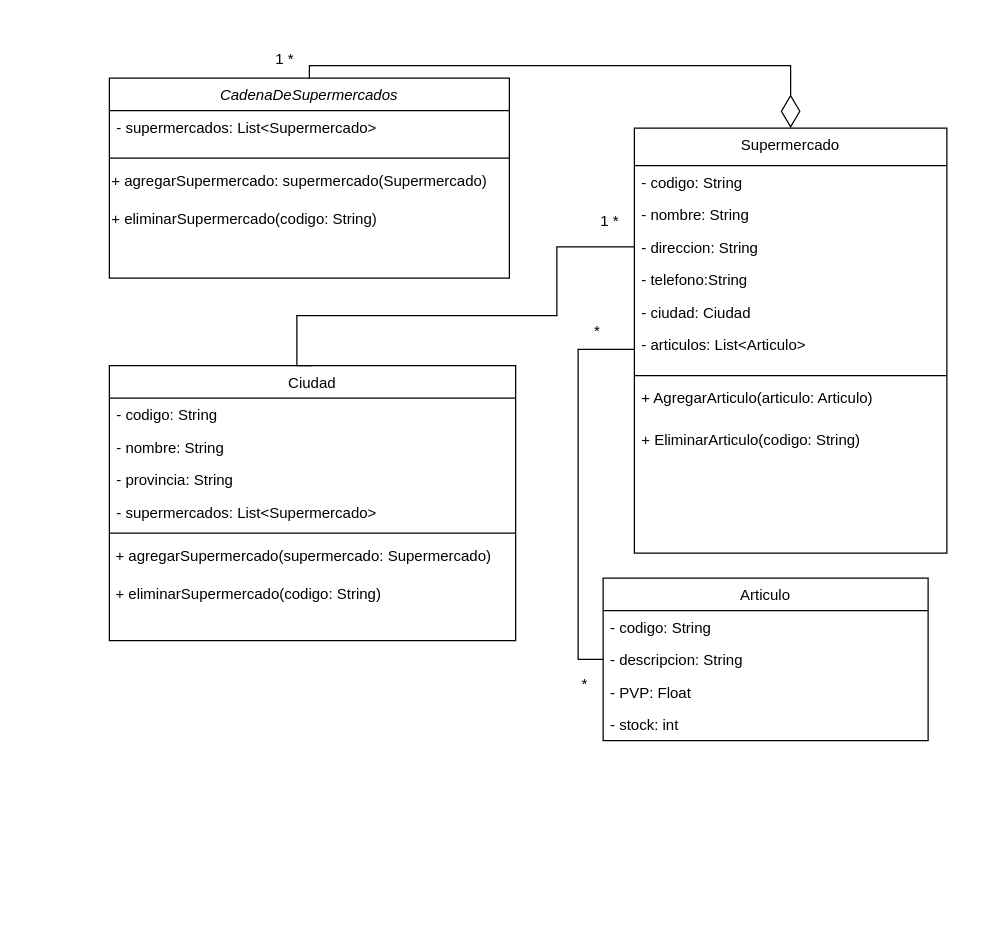
vitoriadelanachaves/uml_class_diagram keeps this draw.io diagram as cadena_de_supermercados_2.drawio. Above is the earlier version. Source tidied: cells renumbered, new cells numbered last; positions are measured from the earlier drawing's top-left corner, leaving out a move shared by most shapes. Both pictures are drawn from the tidied source at 125%, with x=0, y=0 at pixel (109, 40).
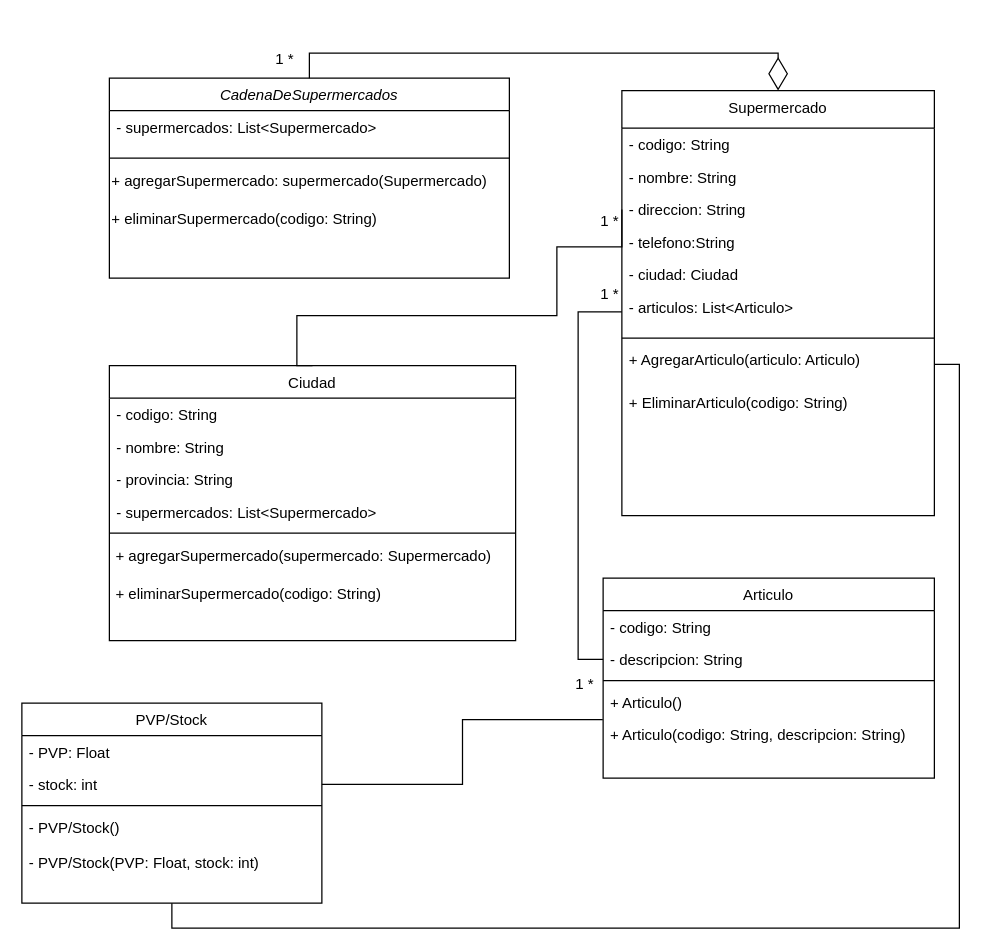
After the change.

The change refers to these unchanged cells:
```xml
<mxCell id="2" value="CadenaDeSupermercados" style="swimlane;fontStyle=2;align=center;verticalAlign=top;horizontal=1;startSize=26;rounded=0;shadow=0;strokeWidth=1;" parent="1" vertex="1">
  <mxGeometry y="30" width="320" height="160" as="geometry" />
</mxCell>
<mxCell id="23" value="+ AgregarArticulo(articulo: Articulo)" style="text;align=left;verticalAlign=top;spacingLeft=4;spacingRight=4;overflow=hidden;points=[[0,0.5],[1,0.5]];portConstraint=eastwest;" parent="15" vertex="1">
  <mxGeometry y="202" width="250" height="34" as="geometry" />
</mxCell>
```

The edit, as a diff of the source:
```diff
@@
     <mxCell id="15" value="Supermercado" style="swimlane;fontStyle=0;align=center;verticalAlign=top;horizontal=1;startSize=30;rounded=0;shadow=0;strokeWidth=1;" parent="1" vertex="1">
-      <mxGeometry x="420" y="70" width="250" height="340" as="geometry" />
+      <mxGeometry x="410" y="40" width="250" height="340" as="geometry" />
     </mxCell>
@@
     <mxCell id="27" value="Articulo" style="swimlane;fontStyle=0;align=center;verticalAlign=top;horizontal=1;startSize=26;rounded=0;shadow=0;strokeWidth=1;" parent="1" vertex="1">
-      <mxGeometry x="395" y="430" width="260" height="130" as="geometry" />
+      <mxGeometry x="395" y="430" width="265" height="160" as="geometry" />
     </mxCell>
     <mxCell id="28" value="- codigo: String" style="text;align=left;verticalAlign=top;spacingLeft=4;spacingRight=4;overflow=hidden;" parent="27" vertex="1">
-      <mxGeometry y="26" width="260" height="26" as="geometry" />
+      <mxGeometry y="26" width="265" height="26" as="geometry" />
     </mxCell>
     <mxCell id="29" value="- descripcion: String" style="text;align=left;verticalAlign=top;spacingLeft=4;spacingRight=4;overflow=hidden;points=[[0,0.5],[1,0.5]];portConstraint=eastwest;rounded=0;shadow=0;html=0;" parent="27" vertex="1">
-      <mxGeometry y="52" width="260" height="26" as="geometry" />
+      <mxGeometry y="52" width="265" height="26" as="geometry" />
     </mxCell>
+    <mxCell id="37" style="line;html=1;strokeWidth=1;align=left;verticalAlign=middle;spacingTop=-1;spacingLeft=3;spacingRight=3;labelPosition=right;" parent="27" vertex="1">
+      <mxGeometry y="78" width="265" height="8" as="geometry" />
+    </mxCell>
-    <mxCell id="30" value="- PVP: Float" style="text;align=left;verticalAlign=top;spacingLeft=4;spacingRight=4;overflow=hidden;points=[[0,0.5],[1,0.5]];portConstraint=eastwest;fontStyle=0;" parent="27" vertex="1">
-      <mxGeometry y="78" width="260" height="26" as="geometry" />
+    <mxCell id="30" value="+ Articulo()" style="text;align=left;verticalAlign=top;spacingLeft=4;spacingRight=4;overflow=hidden;points=[[0,0.5],[1,0.5]];portConstraint=eastwest;fontStyle=0;" parent="27" vertex="1">
+      <mxGeometry y="86" width="265" height="26" as="geometry" />
     </mxCell>
-    <mxCell id="31" value="- stock: int" style="text;align=left;verticalAlign=top;spacingLeft=4;spacingRight=4;overflow=hidden;" parent="27" vertex="1">
-      <mxGeometry y="104" width="260" height="26" as="geometry" />
+    <mxCell id="31" value="+ Articulo(codigo: String, descripcion: String)" style="text;align=left;verticalAlign=top;spacingLeft=4;spacingRight=4;overflow=hidden;" parent="27" vertex="1">
+      <mxGeometry y="112" width="265" height="48" as="geometry" />
     </mxCell>
     <mxCell id="32" style="endArrow=diamondThin;endFill=0;endSize=24;html=1;rounded=0;entryX=0.5;entryY=0;entryDx=0;entryDy=0;exitX=0.5;exitY=0;exitDx=0;exitDy=0;edgeStyle=orthogonalEdgeStyle;" parent="1" edge="1" source="2" target="15">
-      <mxGeometry relative="1" as="geometry" />
+      <mxGeometry relative="1" as="geometry">
+        <Array as="points">
+          <mxPoint x="160" y="10" />
+          <mxPoint x="535" y="10" />
+        </Array>
+      </mxGeometry>
     </mxCell>
@@
-    <mxCell id="35" value="*" style="text;html=1;align=center;verticalAlign=middle;strokeColor=none;fillColor=none;" parent="1" vertex="1">
-      <mxGeometry x="375" y="218" width="30" height="30" as="geometry" />
-    </mxCell>
-    <mxCell id="36" value="*" style="text;html=1;align=center;verticalAlign=middle;strokeColor=none;fillColor=none;" parent="1" vertex="1">
-      <mxGeometry x="365" y="500" width="30" height="30" as="geometry" />
+    <mxCell id="36" value="1 *" style="text;html=1;align=center;verticalAlign=middle;strokeColor=none;fillColor=none;" parent="1" vertex="1">
+      <mxGeometry x="360" y="500" width="40" height="30" as="geometry" />
     </mxCell>
+    <mxCell id="38" style="edgeStyle=orthogonalEdgeStyle;rounded=0;jettySize=auto;html=1;exitX=0.5;exitY=1;exitDx=0;exitDy=0;entryX=1;entryY=0.5;entryDx=0;entryDy=0;endArrow=none;endFill=0;" parent="1" edge="1" source="39" target="23">
+      <mxGeometry relative="1" as="geometry" />
+    </mxCell>
+    <mxCell id="39" value="PVP/Stock" style="swimlane;fontStyle=0;align=center;verticalAlign=top;horizontal=1;startSize=26;rounded=0;shadow=0;strokeWidth=1;" parent="1" vertex="1">
+      <mxGeometry x="-70" y="530" width="240" height="160" as="geometry" />
+    </mxCell>
+    <mxCell id="40" value="- PVP: Float" style="text;align=left;verticalAlign=top;spacingLeft=4;spacingRight=4;overflow=hidden;fontStyle=0;" parent="39" vertex="1">
+      <mxGeometry y="26" width="240" height="26" as="geometry" />
+    </mxCell>
+    <mxCell id="41" value="- stock: int" style="text;align=left;verticalAlign=top;spacingLeft=4;spacingRight=4;overflow=hidden;points=[[0,0.5],[1,0.5]];portConstraint=eastwest;" parent="39" vertex="1">
+      <mxGeometry y="52" width="240" height="26" as="geometry" />
+    </mxCell>
+    <mxCell id="42" style="line;html=1;strokeWidth=1;align=left;verticalAlign=middle;spacingTop=-1;spacingLeft=3;spacingRight=3;labelPosition=right;" parent="39" vertex="1">
+      <mxGeometry y="78" width="240" height="8" as="geometry" />
+    </mxCell>
+    <mxCell id="43" value="- PVP/Stock()&#10;&#10;- PVP/Stock(PVP: Float, stock: int)" style="text;align=left;verticalAlign=top;spacingLeft=4;spacingRight=4;overflow=hidden;rounded=0;shadow=0;html=0;" parent="39" vertex="1">
+      <mxGeometry y="86" width="240" height="74" as="geometry" />
+    </mxCell>
+    <mxCell id="44" style="edgeStyle=orthogonalEdgeStyle;rounded=0;jettySize=auto;html=1;exitX=1;exitY=0.5;exitDx=0;exitDy=0;entryX=-0.001;entryY=1.048;entryDx=0;entryDy=0;entryPerimeter=0;endArrow=none;endFill=0;" parent="1" edge="1" source="41" target="30">
+      <mxGeometry relative="1" as="geometry" />
+    </mxCell>
+    <mxCell id="45" value="1 *" style="text;html=1;align=center;verticalAlign=middle;strokeColor=none;fillColor=none;" parent="1" vertex="1">
+      <mxGeometry x="380" y="188" width="40" height="30" as="geometry" />
+    </mxCell>
```
